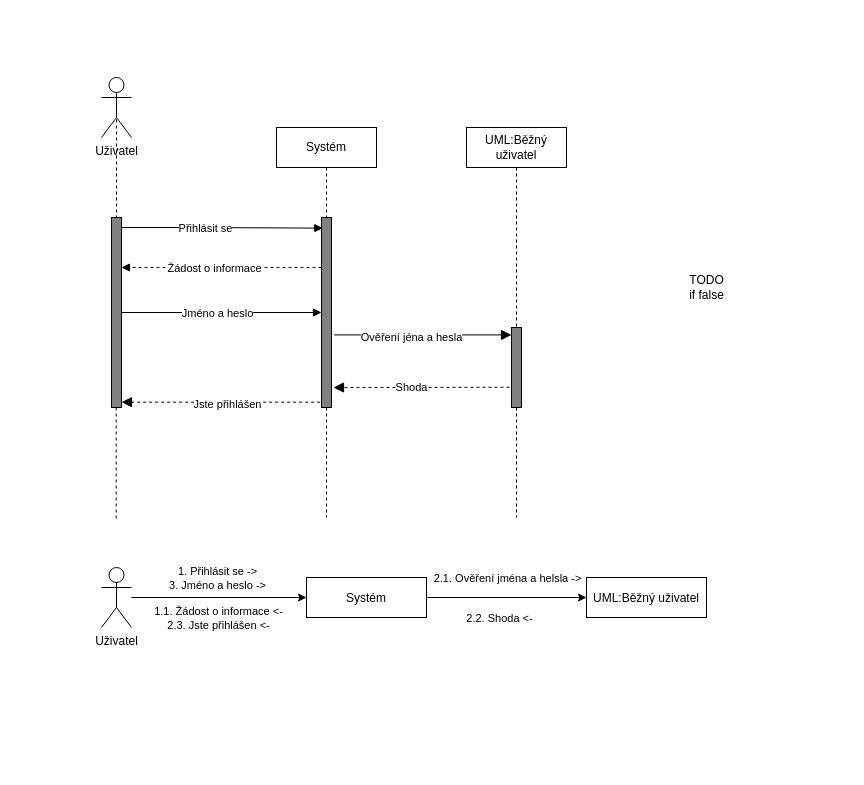
Before: page "LogIn" (2 of 12) of IUS/IUS_projekt/Sequence.drawio in dan1235689/Diagrams, a draw.io diagram. Source tidied: cells renumbered, new cells numbered last; positions are measured from the earlier drawing's top-left corner, leaving out a move shared by most shapes. Both pictures are drawn from the tidied source at 100%, with x=0, y=0 at pixel (101, 77).
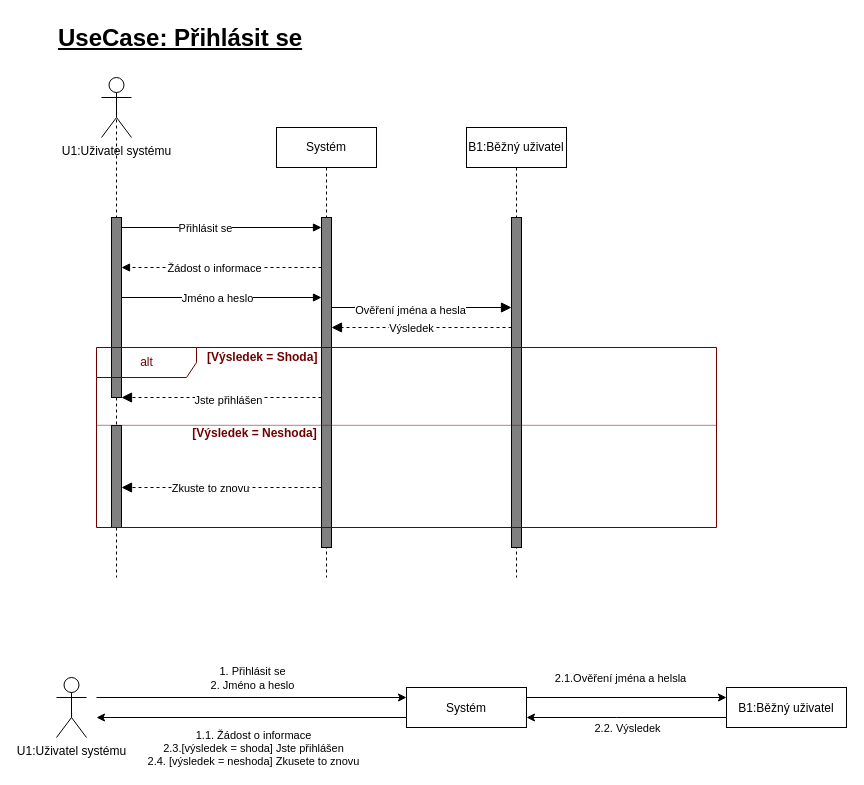
The same diagram, later.

The edit, as a diff of the source:
```diff
@@
     <mxCell id="2" value="Systém" style="shape=umlLifeline;perimeter=lifelinePerimeter;whiteSpace=wrap;html=1;" parent="1" vertex="1">
-      <mxGeometry x="175" y="50" width="100" height="390" as="geometry" />
+      <mxGeometry x="175" y="50" width="100" height="450" as="geometry" />
     </mxCell>
     <mxCell id="3" style="html=1;points=[];perimeter=orthogonalPerimeter;fillColor=#808080;" parent="2" vertex="1">
-      <mxGeometry x="45" y="90" width="10" height="190" as="geometry" />
+      <mxGeometry x="45" y="90" width="10" height="330" as="geometry" />
     </mxCell>
@@
     <mxCell id="5" style="edgeStyle=none;html=1;endArrow=block;endFill=1;" parent="1" edge="1" source="9" target="3">
-      <mxGeometry relative="1" as="geometry" />
+      <mxGeometry relative="1" as="geometry">
+        <Array as="points">
+          <mxPoint x="125" y="220" />
+        </Array>
+      </mxGeometry>
     </mxCell>
@@
-    <mxCell id="7" value="Uživatel" style="shape=umlActor;verticalLabelPosition=bottom;verticalAlign=top;html=1;" parent="1" vertex="1">
+    <mxCell id="7" value="U1:Uživatel systému" style="shape=umlActor;verticalLabelPosition=bottom;verticalAlign=top;html=1;" parent="1" vertex="1">
       <mxGeometry width="30" height="60" as="geometry" />
     </mxCell>
@@
     <mxCell id="9" style="html=1;points=[];perimeter=orthogonalPerimeter;fillColor=#808080;" parent="1" vertex="1">
-      <mxGeometry x="10" y="140" width="10" height="190" as="geometry" />
+      <mxGeometry x="10" y="140" width="10" height="180" as="geometry" />
     </mxCell>
-    <mxCell id="10" style="html=1;verticalAlign=bottom;labelBackgroundColor=none;endArrow=block;endFill=1;entryX=0.133;entryY=0.056;entryDx=0;entryDy=0;entryPerimeter=0;" parent="1" edge="1" source="9" target="3">
+    <mxCell id="10" style="html=1;verticalAlign=bottom;labelBackgroundColor=none;endArrow=block;endFill=1;" parent="1" edge="1" source="9" target="3">
       <mxGeometry relative="1" as="geometry">
         <Array as="points">
           <mxPoint x="95" y="150" />
         </Array>
       </mxGeometry>
     </mxCell>
@@
-    <mxCell id="14" value="&lt;span style=&quot;&quot;&gt;UML:Běžný uživatel&lt;/span&gt;" style="shape=umlLifeline;perimeter=lifelinePerimeter;whiteSpace=wrap;html=1;" parent="1" vertex="1">
-      <mxGeometry x="365" y="50" width="100" height="390" as="geometry" />
+    <mxCell id="14" value="&lt;span style=&quot;&quot;&gt;B1:Běžný uživatel&lt;/span&gt;" style="shape=umlLifeline;perimeter=lifelinePerimeter;whiteSpace=wrap;html=1;" parent="1" vertex="1">
+      <mxGeometry x="365" y="50" width="100" height="450" as="geometry" />
     </mxCell>
     <mxCell id="15" style="html=1;points=[];perimeter=orthogonalPerimeter;fillColor=#808080;" parent="14" vertex="1">
-      <mxGeometry x="45" y="200" width="10" height="80" as="geometry" />
+      <mxGeometry x="45" y="90" width="10" height="330" as="geometry" />
     </mxCell>
-    <mxCell id="16" style="endArrow=block;startArrow=none;endFill=1;startFill=0;endSize=8;html=1;verticalAlign=bottom;labelBackgroundColor=none;exitX=1.267;exitY=0.618;exitDx=0;exitDy=0;exitPerimeter=0;" parent="1" edge="1" source="3" target="15">
-      <mxGeometry relative="1" as="geometry" />
+    <mxCell id="16" style="endArrow=block;startArrow=none;endFill=1;startFill=0;endSize=8;html=1;verticalAlign=bottom;labelBackgroundColor=none;" parent="1" edge="1" source="3" target="15">
+      <mxGeometry relative="1" as="geometry">
+        <Array as="points">
+          <mxPoint x="315" y="230" />
+        </Array>
+      </mxGeometry>
     </mxCell>
-    <mxCell id="17" value="Ověření jéna a hesla" style="edgeLabel;html=1;align=center;verticalAlign=middle;" parent="16" vertex="1">
+    <mxCell id="17" value="Ověření jména a hesla" style="edgeLabel;html=1;align=center;verticalAlign=middle;" parent="16" vertex="1">
       <mxGeometry x="-0.13" y="-2" relative="1" as="geometry" />
     </mxCell>
-    <mxCell id="18" style="endArrow=block;startArrow=none;endFill=1;startFill=0;endSize=8;html=1;verticalAlign=bottom;dashed=1;labelBackgroundColor=none;exitX=-0.2;exitY=0.747;exitDx=0;exitDy=0;exitPerimeter=0;entryX=1.2;entryY=0.895;entryDx=0;entryDy=0;entryPerimeter=0;" parent="1" edge="1" source="15" target="3">
-      <mxGeometry relative="1" as="geometry" />
+    <mxCell id="18" style="endArrow=block;startArrow=none;endFill=1;startFill=0;endSize=8;html=1;verticalAlign=bottom;dashed=1;labelBackgroundColor=none;" parent="1" edge="1" source="15" target="3">
+      <mxGeometry relative="1" as="geometry">
+        <Array as="points">
+          <mxPoint x="325" y="250" />
+        </Array>
+      </mxGeometry>
     </mxCell>
-    <mxCell id="19" value="Shoda" style="edgeLabel;html=1;align=center;verticalAlign=middle;" parent="18" vertex="1">
+    <mxCell id="19" value="Výsledek" style="edgeLabel;html=1;align=center;verticalAlign=middle;" parent="18" vertex="1">
       <mxGeometry x="0.12" relative="1" as="geometry" />
     </mxCell>
-    <mxCell id="20" style="endArrow=block;startArrow=none;endFill=1;startFill=0;endSize=8;html=1;verticalAlign=bottom;dashed=1;labelBackgroundColor=none;exitX=-0.133;exitY=0.972;exitDx=0;exitDy=0;exitPerimeter=0;" parent="1" edge="1" source="3" target="9">
-      <mxGeometry relative="1" as="geometry" />
+    <mxCell id="20" style="endArrow=block;startArrow=none;endFill=1;startFill=0;endSize=8;html=1;verticalAlign=bottom;dashed=1;labelBackgroundColor=none;" parent="1" edge="1" source="3" target="9">
+      <mxGeometry relative="1" as="geometry">
+        <Array as="points">
+          <mxPoint x="115" y="320" />
+        </Array>
+      </mxGeometry>
     </mxCell>
@@
-    <mxCell id="22" style="edgeStyle=none;html=1;dashed=1;endArrow=none;endFill=0;startArrow=none;entryX=0.492;entryY=0.567;entryDx=0;entryDy=0;entryPerimeter=0;" parent="1" edge="1" source="9">
+    <mxCell id="22" style="edgeStyle=none;html=1;dashed=1;endArrow=none;endFill=0;startArrow=none;" parent="1" edge="1" source="39">
       <mxGeometry relative="1" as="geometry">
-        <mxPoint x="14.7" y="442.7" as="targetPoint" />
+        <mxPoint x="15" y="500" as="targetPoint" />
       </mxGeometry>
     </mxCell>
@@
-    <mxCell id="24" style="edgeStyle=none;html=1;exitX=1;exitY=0.5;exitDx=0;exitDy=0;startArrow=none;startFill=0;endArrow=classic;endFill=1;" parent="1" edge="1" source="27" target="28">
+    <mxCell id="24" style="edgeStyle=none;html=1;exitX=1;exitY=0.25;exitDx=0;exitDy=0;startArrow=none;startFill=0;endArrow=classic;endFill=1;entryX=0;entryY=0.25;entryDx=0;entryDy=0;" parent="1" edge="1" source="27" target="28">
       <mxGeometry relative="1" as="geometry" />
     </mxCell>
-    <mxCell id="25" value="2.1. Ověření jména a helsla -&amp;gt;" style="edgeLabel;html=1;align=center;verticalAlign=middle;" parent="24" vertex="1">
+    <mxCell id="25" value="2.1.Ověření jména a helsla" style="edgeLabel;html=1;align=center;verticalAlign=middle;" parent="24" vertex="1">
       <mxGeometry x="-0.35" y="-1" relative="1" as="geometry">
         <mxPoint x="28" y="-21" as="offset" />
       </mxGeometry>
     </mxCell>
-    <mxCell id="26" value="2.2. Shoda &amp;lt;-" style="edgeLabel;html=1;align=center;verticalAlign=middle;" parent="24" vertex="1">
+    <mxCell id="26" value="2.2. Výsledek" style="edgeLabel;html=1;align=center;verticalAlign=middle;" parent="24" vertex="1">
       <mxGeometry x="-0.1" y="-1" relative="1" as="geometry">
-        <mxPoint y="19" as="offset" />
+        <mxPoint x="10" y="29" as="offset" />
       </mxGeometry>
     </mxCell>
+    <mxCell id="34" style="edgeStyle=orthogonalEdgeStyle;rounded=0;jettySize=auto;html=1;exitX=0;exitY=0.75;exitDx=0;exitDy=0;" parent="1" edge="1" source="27">
+      <mxGeometry relative="1" as="geometry">
+        <mxPoint x="-5" y="640" as="targetPoint" />
+      </mxGeometry>
+    </mxCell>
     <mxCell id="27" value="Systém" style="fontStyle=0;" parent="1" vertex="1">
-      <mxGeometry x="205" y="500" width="120" height="40" as="geometry" />
+      <mxGeometry x="305" y="610" width="120" height="40" as="geometry" />
     </mxCell>
+    <mxCell id="35" style="edgeStyle=orthogonalEdgeStyle;rounded=0;jettySize=auto;html=1;exitX=0;exitY=0.75;exitDx=0;exitDy=0;entryX=1;entryY=0.75;entryDx=0;entryDy=0;" parent="1" edge="1" source="28" target="27">
+      <mxGeometry relative="1" as="geometry">
+        <Array as="points">
+          <mxPoint x="515" y="640" />
+          <mxPoint x="515" y="640" />
+        </Array>
+      </mxGeometry>
+    </mxCell>
-    <mxCell id="28" value="UML:Běžný uživatel" style="fontStyle=0;" parent="1" vertex="1">
-      <mxGeometry x="485" y="500" width="120" height="40" as="geometry" />
+    <mxCell id="28" value="B1:Běžný uživatel" style="fontStyle=0;" parent="1" vertex="1">
+      <mxGeometry x="625" y="610" width="120" height="40" as="geometry" />
     </mxCell>
-    <mxCell id="29" style="edgeStyle=none;html=1;" parent="1" edge="1" source="32" target="27">
-      <mxGeometry relative="1" as="geometry" />
+    <mxCell id="29" style="edgeStyle=none;html=1;entryX=0;entryY=0.25;entryDx=0;entryDy=0;" parent="1" edge="1" target="27">
+      <mxGeometry relative="1" as="geometry">
+        <mxPoint x="-5" y="620" as="sourcePoint" />
+      </mxGeometry>
     </mxCell>
-    <mxCell id="30" value="1. Přihlásit se -&amp;gt;&lt;br&gt;3. Jméno a heslo -&amp;gt;" style="edgeLabel;html=1;align=center;verticalAlign=middle;" parent="29" vertex="1">
+    <mxCell id="30" value="1. Přihlásit se&lt;br&gt;2. Jméno a heslo" style="edgeLabel;html=1;align=center;verticalAlign=middle;" parent="29" vertex="1">
       <mxGeometry x="-0.11" y="1" relative="1" as="geometry">
-        <mxPoint x="7" y="-19" as="offset" />
+        <mxPoint x="17" y="-19" as="offset" />
       </mxGeometry>
     </mxCell>
-    <mxCell id="31" value="1.1. Žádost o informace &amp;lt;-&lt;br&gt;2.3. Jste přihlášen &amp;lt;-" style="edgeLabel;html=1;align=center;verticalAlign=middle;" parent="29" vertex="1">
+    <mxCell id="31" value="1.1. Žádost o informace&lt;br&gt;2.3.[výsledek = shoda]&amp;nbsp;Jste přihlášen&lt;br&gt;2.4. [výsledek = neshoda] Zkusete to znovu" style="edgeLabel;html=1;align=center;verticalAlign=middle;" parent="29" vertex="1">
       <mxGeometry x="-0.26" y="-1" relative="1" as="geometry">
-        <mxPoint x="21" y="19" as="offset" />
+        <mxPoint x="41" y="49" as="offset" />
       </mxGeometry>
     </mxCell>
-    <mxCell id="32" value="Uživatel" style="shape=umlActor;verticalLabelPosition=bottom;verticalAlign=top;html=1;" parent="1" vertex="1">
-      <mxGeometry y="490" width="30" height="60" as="geometry" />
+    <mxCell id="32" value="U1:Uživatel systému" style="shape=umlActor;verticalLabelPosition=bottom;verticalAlign=top;html=1;" parent="1" vertex="1">
+      <mxGeometry x="-45" y="600" width="30" height="60" as="geometry" />
     </mxCell>
-    <mxCell id="33" value="TODO&lt;br&gt;if false" style="text;html=1;align=center;verticalAlign=middle;strokeColor=none;fillColor=none;" parent="1" vertex="1">
-      <mxGeometry x="575" y="190" width="60" height="40" as="geometry" />
-    </mxCell>
+    <mxCell id="36" style="endArrow=block;startArrow=none;endFill=1;startFill=0;endSize=8;html=1;verticalAlign=bottom;dashed=1;labelBackgroundColor=none;" parent="1" edge="1" source="3" target="39">
+      <mxGeometry relative="1" as="geometry">
+        <Array as="points">
+          <mxPoint x="145" y="410" />
+        </Array>
+      </mxGeometry>
+    </mxCell>
+    <mxCell id="37" value="Zkuste to znovu" style="edgeLabel;html=1;align=center;verticalAlign=middle;" parent="36" vertex="1">
+      <mxGeometry x="0.12" relative="1" as="geometry" />
+    </mxCell>
+    <mxCell id="38" style="edgeStyle=none;html=1;dashed=1;endArrow=none;endFill=0;startArrow=none;" parent="1" edge="1" source="9" target="39">
+      <mxGeometry relative="1" as="geometry" />
+    </mxCell>
+    <mxCell id="39" style="html=1;points=[];perimeter=orthogonalPerimeter;fillColor=#808080;" parent="1" vertex="1">
+      <mxGeometry x="10" y="348" width="10" height="102" as="geometry" />
+    </mxCell>
+    <mxCell id="40" value="&lt;font color=&quot;#6f0000&quot;&gt;alt&lt;/font&gt;" style="shape=umlFrame;tabWidth=110;tabHeight=30;tabPosition=left;html=1;boundedLbl=1;labelInHeader=1;width=100;height=30;fillColor=none;fontColor=#ffffff;strokeColor=#6F0000;swimlaneFillColor=none;" parent="1" vertex="1">
+      <mxGeometry x="-5" y="270" width="620" height="180" as="geometry" />
+    </mxCell>
+    <mxCell id="41" value="[Výsledek = Shoda]" style="text;fontStyle=1;fontColor=#6F0000;" parent="40" vertex="1">
+      <mxGeometry width="100" height="20" relative="1" as="geometry">
+        <mxPoint x="109" y="-4" as="offset" />
+      </mxGeometry>
+    </mxCell>
+    <mxCell id="42" style="line;strokeWidth=1;dashed=1;labelPosition=center;verticalLabelPosition=bottom;align=left;verticalAlign=top;spacingLeft=20;spacingTop=15;dashPattern=1 1;fillColor=#60a917;fontColor=#ffffff;strokeColor=#6F0000;" parent="40" vertex="1">
+      <mxGeometry y="51.4" width="620" height="52.8" as="geometry" />
+    </mxCell>
+    <mxCell id="43" value="&lt;span style=&quot;color: rgb(111, 0, 0); font-weight: 700; text-align: left;&quot;&gt;[Výsledek = Neshoda]&lt;/span&gt;" style="text;html=1;align=center;verticalAlign=middle;strokeColor=none;fillColor=none;" parent="40" vertex="1">
+      <mxGeometry x="83" y="70.7" width="150" height="30" as="geometry" />
+    </mxCell>
+    <mxCell id="44" value="&lt;span style=&quot;font-family: Helvetica; font-size: 24px; font-style: normal; font-variant-ligatures: normal; font-variant-caps: normal; font-weight: 700; letter-spacing: normal; orphans: 2; text-align: center; text-indent: 0px; text-transform: none; widows: 2; word-spacing: 0px; -webkit-text-stroke-width: 0px; text-decoration: underline; float: none; display: inline !important;&quot;&gt;&lt;font color=&quot;#000000&quot;&gt;UseCase: Přihlásit se&lt;/font&gt;&lt;/span&gt;" style="text;whiteSpace=wrap;html=1;" parent="1" vertex="1">
+      <mxGeometry x="-45" y="-60" width="310" height="50" as="geometry" />
+    </mxCell>
```
